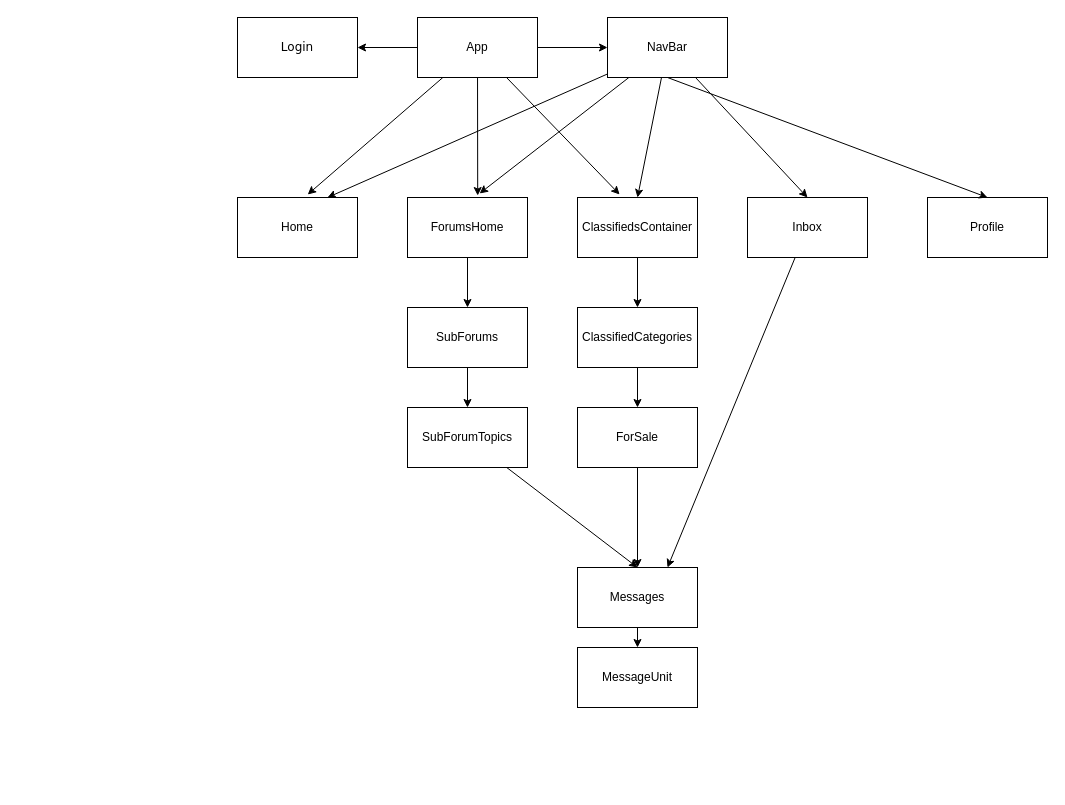
Above: client/wireframe.drawio in stringtheory92/CAPSTONE (draw.io), before the change. Source tidied: cells renumbered, new cells numbered last; positions are measured from the earlier drawing's top-left corner, leaving out a move shared by most shapes. Both pictures are drawn from the tidied source at 100%, with x=0, y=0 at pixel (237, 17).
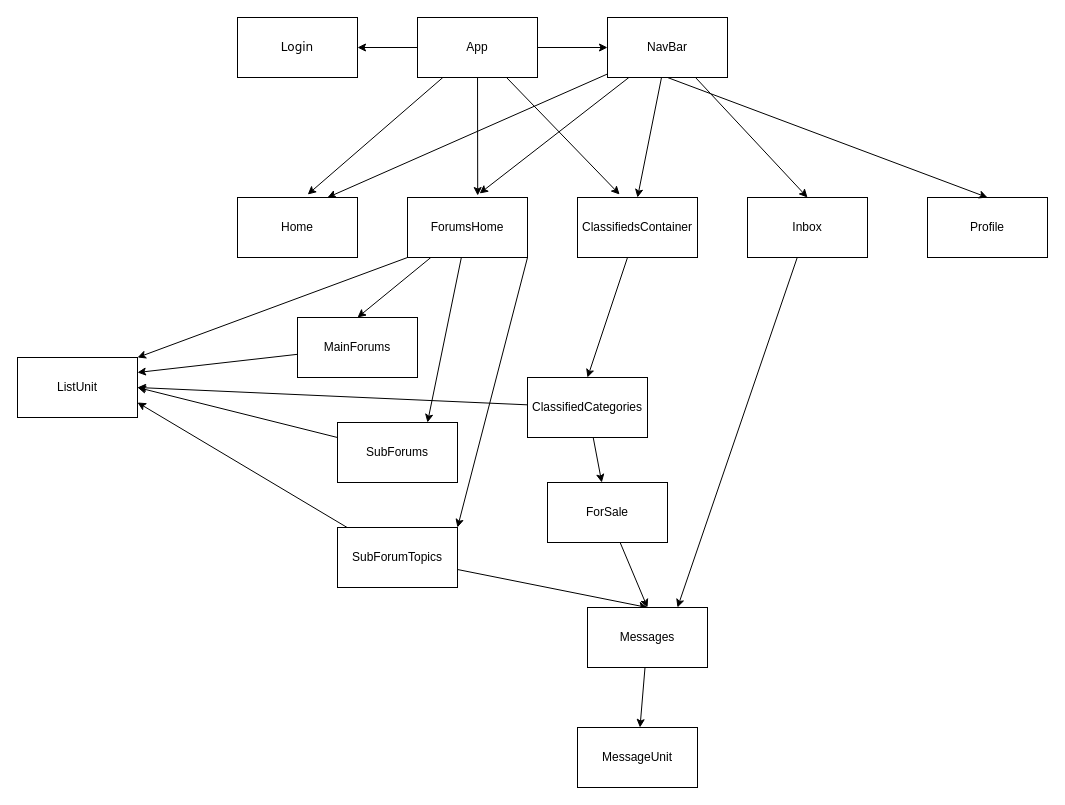
Above is the later version.

Commit message (it also covers changes not shown here):
updated wireframe, reuseable ListUnit, MainForums

The change refers to these unchanged cells:
```xml
<mxCell id="14" value="ForumsHome" style="rounded=0;whiteSpace=wrap;html=1;" parent="1" vertex="1">
  <mxGeometry x="170" y="180" width="120" height="60" as="geometry" />
</mxCell>
```

The edit, as a diff of the source:
```diff
@@
-    <mxCell id="13" style="edgeStyle=none;html=1;entryX=0.5;entryY=0;entryDx=0;entryDy=0;fontFamily=Verdana;" parent="1" edge="1" source="14" target="24">
+    <mxCell id="13" style="edgeStyle=none;html=1;fontFamily=Verdana;entryX=0.5;entryY=0;entryDx=0;entryDy=0;" parent="1" edge="1" source="14" target="42">
       <mxGeometry relative="1" as="geometry" />
     </mxCell>
+    <mxCell id="34" style="edgeStyle=none;html=1;exitX=0;exitY=1;exitDx=0;exitDy=0;entryX=1;entryY=0;entryDx=0;entryDy=0;fontFamily=Verdana;" parent="1" edge="1" source="14" target="40">
+      <mxGeometry relative="1" as="geometry" />
+    </mxCell>
+    <mxCell id="35" style="edgeStyle=none;html=1;entryX=0.75;entryY=0;entryDx=0;entryDy=0;fontFamily=Verdana;" parent="1" edge="1" source="14" target="24">
+      <mxGeometry relative="1" as="geometry" />
+    </mxCell>
+    <mxCell id="36" style="edgeStyle=none;html=1;exitX=1;exitY=1;exitDx=0;exitDy=0;entryX=1;entryY=0;entryDx=0;entryDy=0;fontFamily=Verdana;" parent="1" edge="1" source="14" target="26">
+      <mxGeometry relative="1" as="geometry" />
+    </mxCell>
@@
-    <mxCell id="23" style="edgeStyle=none;html=1;fontFamily=Verdana;" parent="1" edge="1" source="24" target="26">
-      <mxGeometry relative="1" as="geometry" />
-    </mxCell>
+    <mxCell id="37" style="edgeStyle=none;html=1;entryX=1;entryY=0.5;entryDx=0;entryDy=0;fontFamily=Verdana;" parent="1" edge="1" source="24" target="40">
+      <mxGeometry relative="1" as="geometry" />
+    </mxCell>
     <mxCell id="24" value="SubForums" style="rounded=0;whiteSpace=wrap;html=1;" parent="1" vertex="1">
-      <mxGeometry x="170" y="290" width="120" height="60" as="geometry" />
+      <mxGeometry x="100" y="405" width="120" height="60" as="geometry" />
     </mxCell>
@@
+    <mxCell id="38" style="edgeStyle=none;html=1;entryX=1;entryY=0.75;entryDx=0;entryDy=0;fontFamily=Verdana;" parent="1" edge="1" source="26" target="40">
+      <mxGeometry relative="1" as="geometry" />
+    </mxCell>
     <mxCell id="26" value="SubForumTopics" style="rounded=0;whiteSpace=wrap;html=1;" parent="1" vertex="1">
-      <mxGeometry x="170" y="390" width="120" height="60" as="geometry" />
+      <mxGeometry x="100" y="510" width="120" height="60" as="geometry" />
     </mxCell>
@@
     <mxCell id="28" value="Messages" style="rounded=0;whiteSpace=wrap;html=1;" parent="1" vertex="1">
-      <mxGeometry x="340" y="550" width="120" height="60" as="geometry" />
+      <mxGeometry x="350" y="590" width="120" height="60" as="geometry" />
     </mxCell>
@@
+    <mxCell id="39" style="edgeStyle=none;html=1;fontFamily=Verdana;entryX=1;entryY=0.5;entryDx=0;entryDy=0;" parent="1" edge="1" source="30" target="40">
+      <mxGeometry relative="1" as="geometry" />
+    </mxCell>
     <mxCell id="30" value="ClassifiedCategories" style="rounded=0;whiteSpace=wrap;html=1;" parent="1" vertex="1">
-      <mxGeometry x="340" y="290" width="120" height="60" as="geometry" />
+      <mxGeometry x="290" y="360" width="120" height="60" as="geometry" />
     </mxCell>
@@
     <mxCell id="32" value="ForSale" style="rounded=0;whiteSpace=wrap;html=1;" parent="1" vertex="1">
-      <mxGeometry x="340" y="390" width="120" height="60" as="geometry" />
+      <mxGeometry x="310" y="465" width="120" height="60" as="geometry" />
     </mxCell>
     <mxCell id="33" value="MessageUnit" style="rounded=0;whiteSpace=wrap;html=1;" parent="1" vertex="1">
-      <mxGeometry x="340" y="630" width="120" height="60" as="geometry" />
+      <mxGeometry x="340" y="710" width="120" height="60" as="geometry" />
     </mxCell>
+    <mxCell id="40" value="ListUnit" style="rounded=0;whiteSpace=wrap;html=1;" parent="1" vertex="1">
+      <mxGeometry x="-220" y="340" width="120" height="60" as="geometry" />
+    </mxCell>
+    <mxCell id="41" style="edgeStyle=none;html=1;entryX=1;entryY=0.25;entryDx=0;entryDy=0;fontFamily=Verdana;" parent="1" edge="1" source="42" target="40">
+      <mxGeometry relative="1" as="geometry" />
+    </mxCell>
+    <mxCell id="42" value="MainForums" style="rounded=0;whiteSpace=wrap;html=1;" parent="1" vertex="1">
+      <mxGeometry x="60" y="300" width="120" height="60" as="geometry" />
+    </mxCell>
```
